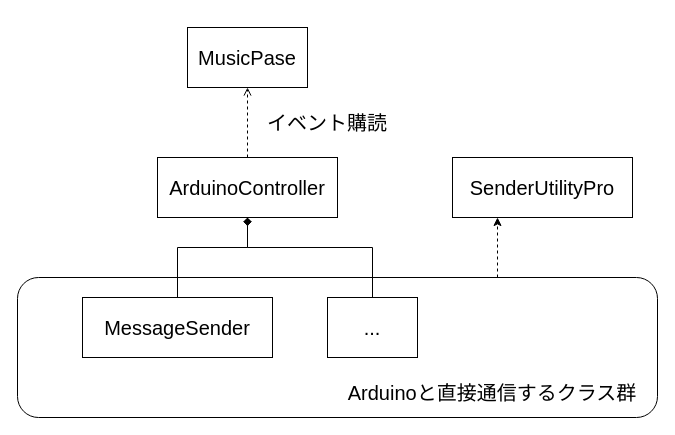
Earlier version of the draw.io diagram Designs/ArduinoController_ClassDiagram.drawio (Dumble009/BeatSystem). Source tidied: cells renumbered, new cells numbered last; positions are measured from the earlier drawing's top-left corner, leaving out a move shared by most shapes. Both pictures are drawn from the tidied source at 100%, with x=0, y=0 at pixel (17, 27).
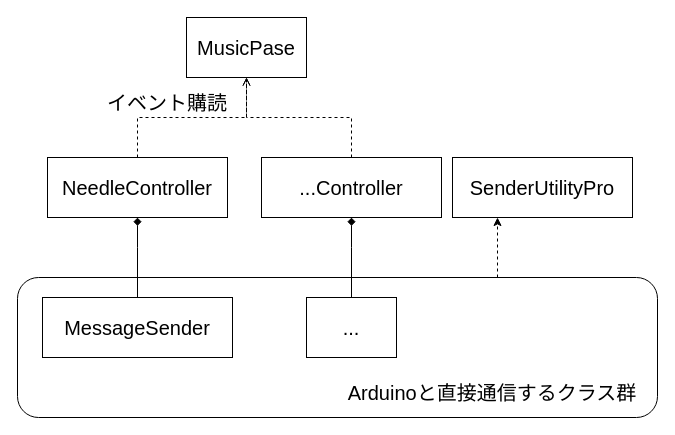
Above is the later version.

Change to the diagram source:
```diff
@@
 <mxGraphModel>
   <root>
     <mxCell id="0" />
     <mxCell id="1" parent="0" />
     <mxCell id="2" style="rounded=1;whiteSpace=wrap;html=1;fontSize=20;" parent="1" vertex="1">
       <mxGeometry y="250" width="640" height="140" as="geometry" />
     </mxCell>
     <mxCell id="3" value="MusicPase" style="rounded=0;whiteSpace=wrap;html=1;fontSize=20;" parent="1" vertex="1">
-      <mxGeometry x="170" width="120" height="60" as="geometry" />
+      <mxGeometry x="169" y="-10" width="120" height="60" as="geometry" />
     </mxCell>
-    <mxCell id="4" value="ArduinoController" style="rounded=0;whiteSpace=wrap;html=1;fontSize=20;" parent="1" vertex="1">
-      <mxGeometry x="140" y="130" width="180" height="60" as="geometry" />
+    <mxCell id="4" value="NeedleController" style="rounded=0;whiteSpace=wrap;html=1;fontSize=20;" parent="1" vertex="1">
+      <mxGeometry x="30" y="130" width="180" height="60" as="geometry" />
     </mxCell>
     <mxCell id="5" value="MessageSender" style="rounded=0;whiteSpace=wrap;html=1;fontSize=20;" parent="1" vertex="1">
-      <mxGeometry x="65" y="270" width="190" height="60" as="geometry" />
+      <mxGeometry x="25" y="270" width="190" height="60" as="geometry" />
     </mxCell>
     <mxCell id="6" style="endArrow=diamond;html=1;rounded=0;fontSize=20;exitX=0.5;exitY=0;exitDx=0;exitDy=0;entryX=0.5;entryY=1;entryDx=0;entryDy=0;endFill=1;edgeStyle=elbowEdgeStyle;elbow=vertical;" parent="1" edge="1" source="5" target="4">
       <mxGeometry relative="1" as="geometry">
         <Array as="points">
           <mxPoint x="200" y="220" />
         </Array>
       </mxGeometry>
     </mxCell>
     <mxCell id="7" value="..." style="rounded=0;whiteSpace=wrap;html=1;fontSize=20;" parent="1" vertex="1">
-      <mxGeometry x="310" y="270" width="90" height="60" as="geometry" />
+      <mxGeometry x="289" y="270" width="90" height="60" as="geometry" />
     </mxCell>
-    <mxCell id="8" style="endArrow=diamond;html=1;rounded=0;fontSize=20;exitX=0.5;exitY=0;exitDx=0;exitDy=0;entryX=0.5;entryY=1;entryDx=0;entryDy=0;endFill=1;edgeStyle=elbowEdgeStyle;elbow=vertical;" parent="1" edge="1" source="7" target="4">
+    <mxCell id="8" style="endArrow=diamond;html=1;rounded=0;fontSize=20;exitX=0.5;exitY=0;exitDx=0;exitDy=0;entryX=0.5;entryY=1;entryDx=0;entryDy=0;endFill=1;edgeStyle=elbowEdgeStyle;elbow=vertical;" parent="1" edge="1" source="7" target="14">
       <mxGeometry relative="1" as="geometry">
         <Array as="points">
           <mxPoint x="290" y="220" />
         </Array>
       </mxGeometry>
     </mxCell>
-    <mxCell id="9" style="endArrow=open;html=1;rounded=0;fontSize=20;elbow=vertical;exitX=0.5;exitY=0;exitDx=0;exitDy=0;entryX=0.5;entryY=1;entryDx=0;entryDy=0;dashed=1;endFill=0;" parent="1" edge="1" source="4" target="3">
+    <mxCell id="9" style="endArrow=open;html=1;rounded=0;fontSize=20;elbow=vertical;exitX=0.5;exitY=0;exitDx=0;exitDy=0;entryX=0.5;entryY=1;entryDx=0;entryDy=0;dashed=1;endFill=0;edgeStyle=elbowEdgeStyle;" parent="1" edge="1" source="4" target="3">
       <mxGeometry relative="1" as="geometry" />
     </mxCell>
     <mxCell id="10" value="イベント購読" style="text;html=1;strokeColor=none;fillColor=none;align=center;verticalAlign=middle;whiteSpace=wrap;rounded=0;fontSize=20;" parent="1" vertex="1">
-      <mxGeometry x="240" y="80" width="140" height="30" as="geometry" />
+      <mxGeometry x="80" y="60" width="140" height="30" as="geometry" />
     </mxCell>
     <mxCell id="11" value="Arduinoと直接通信するクラス群" style="text;html=1;strokeColor=none;fillColor=none;align=center;verticalAlign=middle;whiteSpace=wrap;rounded=0;fontSize=20;" parent="1" vertex="1">
       <mxGeometry x="320" y="350" width="310" height="30" as="geometry" />
     </mxCell>
     <mxCell id="12" value="SenderUtilityPro" style="rounded=0;whiteSpace=wrap;html=1;fontSize=20;" parent="1" vertex="1">
       <mxGeometry x="435" y="130" width="180" height="60" as="geometry" />
     </mxCell>
     <mxCell id="13" style="endArrow=classic;html=1;rounded=0;dashed=1;fontSize=20;elbow=vertical;exitX=0.75;exitY=0;exitDx=0;exitDy=0;entryX=0.25;entryY=1;entryDx=0;entryDy=0;" parent="1" edge="1" source="2" target="12">
       <mxGeometry relative="1" as="geometry" />
     </mxCell>
+    <mxCell id="14" value="...Controller" style="rounded=0;whiteSpace=wrap;html=1;fontSize=20;" parent="1" vertex="1">
+      <mxGeometry x="244" y="130" width="180" height="60" as="geometry" />
+    </mxCell>
+    <mxCell id="15" style="endArrow=open;html=1;rounded=0;fontSize=20;elbow=vertical;exitX=0.5;exitY=0;exitDx=0;exitDy=0;dashed=1;endFill=0;edgeStyle=elbowEdgeStyle;entryX=0.5;entryY=1;entryDx=0;entryDy=0;" parent="1" edge="1" source="14" target="3">
+      <mxGeometry relative="1" as="geometry" />
+    </mxCell>
   </root>
 </mxGraphModel>
```
